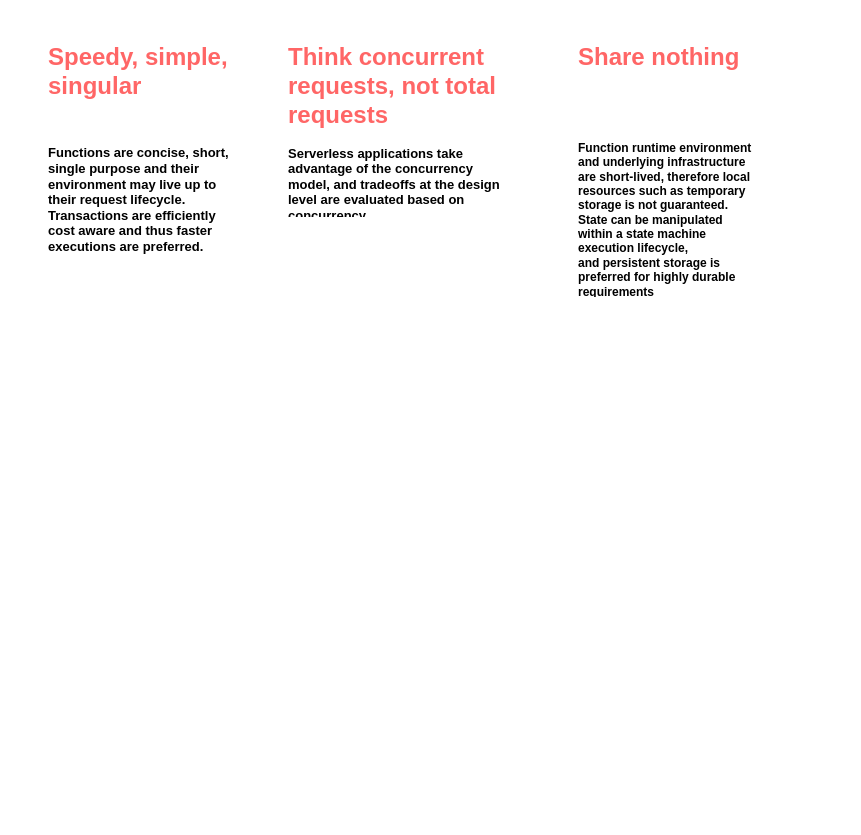
The draw.io diagram design-principles.drawio in iamulya/drawio-diagrams, before the edit. Source tidied: cells renumbered, new cells numbered last; positions are measured from the earlier drawing's top-left corner, leaving out a move shared by most shapes. Both pictures are drawn from the tidied source at 100%, with x=0, y=0 at pixel (43, 37). Pictures stored in the file or linked from it are replaced by grey dashed boxes.
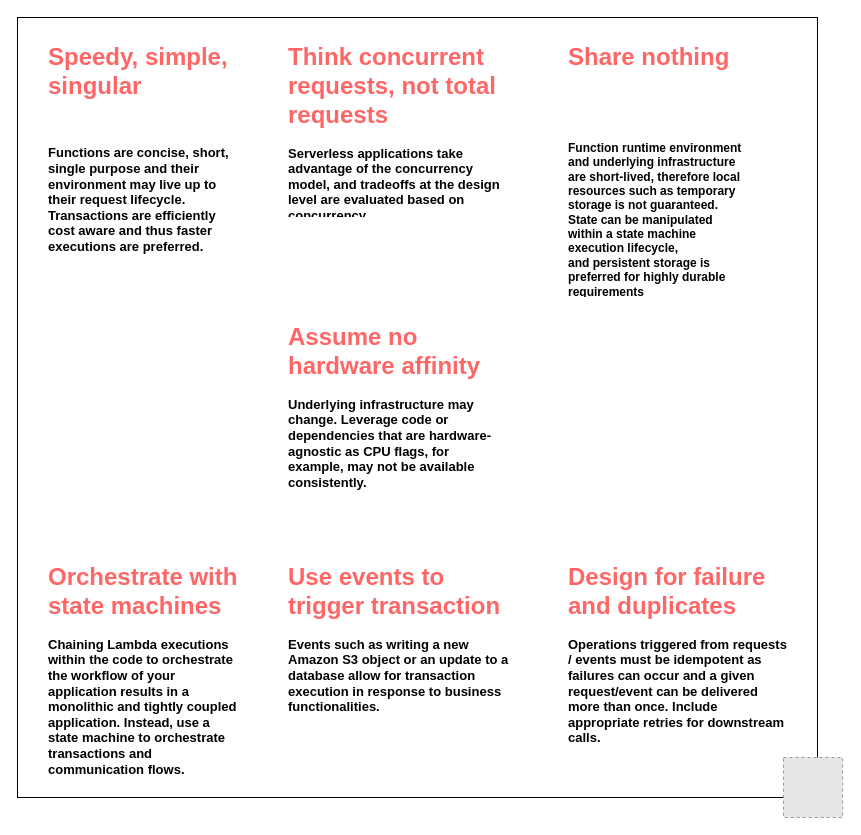
After the change.

What changed in the source:
```diff
@@
 <mxGraphModel>
   <root>
     <mxCell id="0" />
     <mxCell id="1" parent="0" />
+    <mxCell id="5" style="rounded=0;whiteSpace=wrap;html=1;strokeColor=#000000;" parent="1" vertex="1">
+      <mxGeometry x="-26" y="-20" width="800" height="780" as="geometry" />
+    </mxCell>
     <mxCell id="2" value="&lt;h1&gt;&lt;font color=&quot;#ff6666&quot;&gt;Speedy, simple, singular&lt;/font&gt;&lt;/h1&gt;&lt;p style=&quot;font-size: 13px&quot;&gt;&lt;br&gt;&lt;/p&gt;&lt;p style=&quot;font-size: 13px&quot;&gt;&lt;b&gt; Functions are concise, short, single purpose and their environment may live up to their request lifecycle. Transactions are efficiently cost aware and thus faster executions are preferred.&lt;/b&gt;&lt;/p&gt;" style="text;html=1;strokeColor=none;fillColor=none;spacing=5;spacingTop=-20;whiteSpace=wrap;overflow=hidden;rounded=0;" parent="1" vertex="1">
       <mxGeometry width="190" height="220" as="geometry" />
     </mxCell>
     <mxCell id="3" value="&lt;h1&gt;&lt;font color=&quot;#ff6666&quot;&gt;Think concurrent requests, not total requests&lt;br&gt;&lt;/font&gt;&lt;/h1&gt;&lt;p&gt;&lt;font style=&quot;font-size: 13px&quot;&gt;&lt;b&gt; Serverless applications take&lt;br&gt;advantage of the concurrency model, and tradeoffs at the design level are evaluated based on concurrency&lt;/b&gt;&lt;/font&gt;&lt;/p&gt;" style="text;html=1;strokeColor=none;fillColor=none;spacing=5;spacingTop=-20;whiteSpace=wrap;overflow=hidden;rounded=0;" parent="1" vertex="1">
       <mxGeometry x="240" width="230" height="180" as="geometry" />
     </mxCell>
     <mxCell id="4" value="&lt;h1&gt;&lt;font color=&quot;#ff6666&quot;&gt;Share nothing&lt;/font&gt;&lt;/h1&gt;&lt;p&gt;&lt;br&gt;&lt;/p&gt;&lt;p&gt;&lt;br&gt;&lt;/p&gt;&lt;p&gt;&lt;b&gt;Function runtime environment and underlying infrastructure are short-lived, therefore local resources such as temporary storage is not guaranteed. State can be manipulated within a state machine execution lifecycle,&lt;br&gt;and persistent storage is preferred for highly durable requirements&lt;/b&gt;&lt;/p&gt;" style="text;html=1;strokeColor=none;fillColor=none;spacing=5;spacingTop=-20;whiteSpace=wrap;overflow=hidden;rounded=0;" parent="1" vertex="1">
-      <mxGeometry x="530" width="190" height="260" as="geometry" />
+      <mxGeometry x="520" width="190" height="260" as="geometry" />
     </mxCell>
+    <mxCell id="6" value="&lt;h1&gt;&lt;font color=&quot;#ff6666&quot;&gt;Assume no hardware affinity&lt;/font&gt;&lt;br&gt;&lt;/h1&gt;&lt;p style=&quot;font-size: 13px&quot;&gt;&lt;b&gt;Underlying infrastructure may change. Leverage code or dependencies that are hardware-agnostic as CPU flags, for example, may not be available consistently.&lt;/b&gt;&lt;br&gt;&lt;/p&gt;" style="text;html=1;strokeColor=none;fillColor=none;spacing=5;spacingTop=-20;whiteSpace=wrap;overflow=hidden;rounded=0;" parent="1" vertex="1">
+      <mxGeometry x="240" y="280" width="220" height="180" as="geometry" />
+    </mxCell>
+    <mxCell id="7" value="&lt;h1&gt;&lt;font color=&quot;#ff6666&quot;&gt;Orchestrate with state machines&lt;/font&gt;&lt;/h1&gt;&lt;p&gt;&lt;font style=&quot;font-size: 13px&quot;&gt;&lt;b&gt;Chaining Lambda executions within the code to orchestrate the workflow of your application results in a monolithic and tightly coupled application. Instead, use a&lt;br&gt;state machine to orchestrate transactions and communication flows.&lt;/b&gt;&lt;/font&gt;&lt;br&gt;&lt;/p&gt;" style="text;html=1;strokeColor=none;fillColor=none;spacing=5;spacingTop=-20;whiteSpace=wrap;overflow=hidden;rounded=0;" parent="1" vertex="1">
+      <mxGeometry y="520" width="200" height="220" as="geometry" />
+    </mxCell>
+    <mxCell id="8" value="&lt;h1&gt;&lt;font color=&quot;#ff6666&quot;&gt;Use events to trigger transaction&lt;/font&gt;&lt;/h1&gt;&lt;p&gt;&lt;font style=&quot;font-size: 13px&quot;&gt;&lt;b&gt;Events such as writing a new Amazon S3 object or an update to a database allow for transaction execution in response to business functionalities.&lt;/b&gt;&lt;/font&gt;&lt;br&gt;&lt;/p&gt;" style="text;html=1;strokeColor=none;fillColor=none;spacing=5;spacingTop=-20;whiteSpace=wrap;overflow=hidden;rounded=0;" parent="1" vertex="1">
+      <mxGeometry x="240" y="520" width="230" height="180" as="geometry" />
+    </mxCell>
+    <mxCell id="9" value="&lt;h1&gt;&lt;font color=&quot;#ff6666&quot;&gt;Design for failure and duplicates&lt;/font&gt;&lt;/h1&gt;&lt;p&gt;&lt;font style=&quot;font-size: 13px&quot;&gt;&lt;b&gt;Operations triggered from requests / events must be idempotent as failures can occur and a given request/event can be delivered more than once. Include appropriate retries for downstream calls.&lt;/b&gt;&lt;/font&gt;&lt;br&gt;&lt;/p&gt;" style="text;html=1;strokeColor=none;fillColor=none;spacing=5;spacingTop=-20;whiteSpace=wrap;overflow=hidden;rounded=0;" parent="1" vertex="1">
+      <mxGeometry x="520" y="520" width="230" height="190" as="geometry" />
+    </mxCell>
+    <mxCell id="10" style="fillColor=#E6E6E6;strokeColor=#999999;dashed=1;verticalLabelPosition=bottom;labelBackgroundColor=#ffffff;verticalAlign=top;" parent="1" vertex="1">
+      <mxGeometry x="740" y="720" width="59.1" height="60" as="geometry" />
+    </mxCell>
   </root>
 </mxGraphModel>
```
